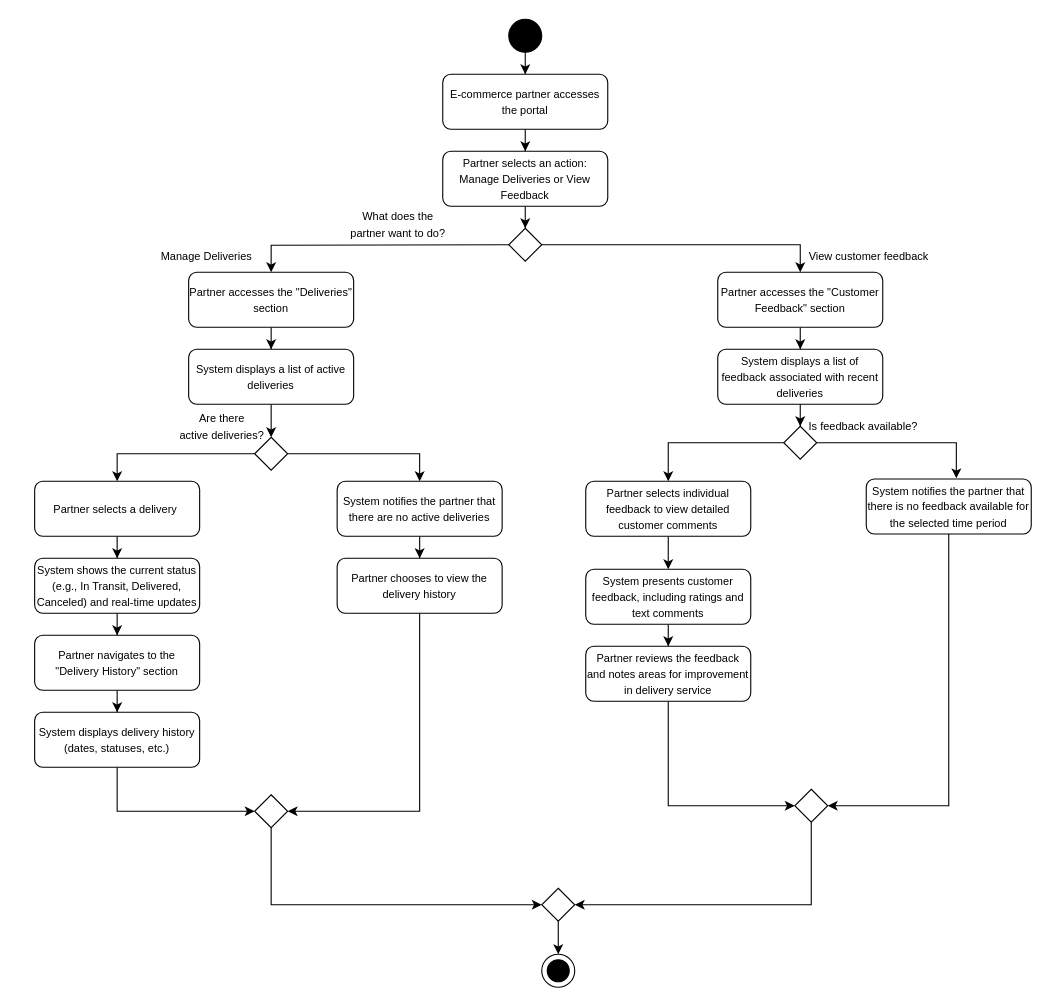
Before: page "Page-5" (5 of 27) of Activity Diagram UC-1.drawio in IamSaqibJaved/Diagrams, a draw.io diagram. Source tidied: cells renumbered, new cells numbered last; positions are measured from the earlier drawing's top-left corner, leaving out a move shared by most shapes. Both pictures are drawn from the tidied source at 110%, with x=0, y=0 at pixel (34, 19).
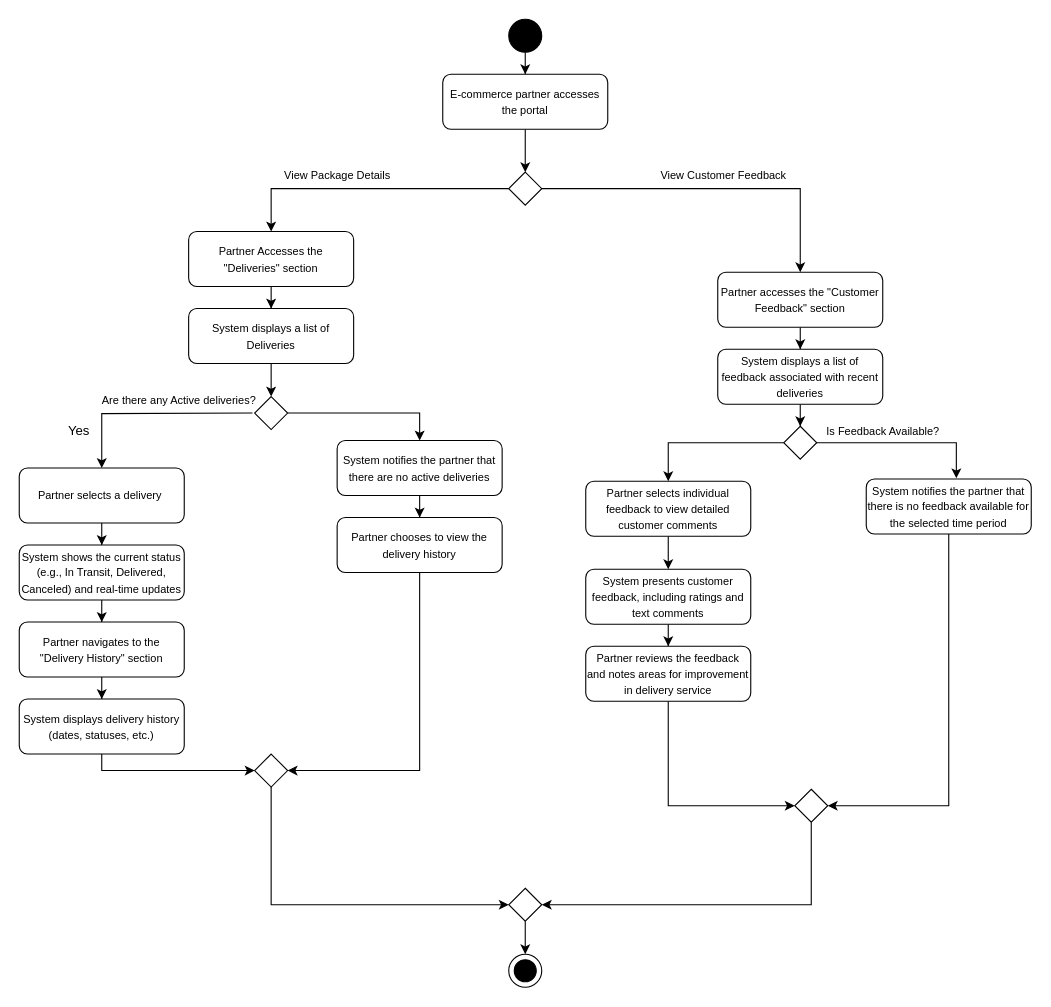
The same page after the edit.

The change refers to these unchanged cells:
```xml
<mxCell id="5" value="&lt;font style=&quot;font-size: 10px;&quot;&gt;E-commerce partner accesses the portal&lt;/font&gt;" style="rounded=1;whiteSpace=wrap;html=1;" parent="1" vertex="1">
  <mxGeometry x="371" y="50" width="150" height="50" as="geometry" />
</mxCell>
```

What changed in the source:
```diff
@@
-    <mxCell id="4" style="edgeStyle=orthogonalEdgeStyle;rounded=0;jettySize=auto;html=1;" parent="1" edge="1" source="5" target="7">
+    <mxCell id="4" style="edgeStyle=orthogonalEdgeStyle;rounded=0;jettySize=auto;html=1;entryX=0.5;entryY=0;entryDx=0;entryDy=0;" parent="1" edge="1" source="5" target="10">
       <mxGeometry relative="1" as="geometry" />
     </mxCell>
@@
-    <mxCell id="6" style="edgeStyle=orthogonalEdgeStyle;rounded=0;jettySize=auto;html=1;entryX=0.5;entryY=0;entryDx=0;entryDy=0;" parent="1" edge="1" source="7" target="10">
-      <mxGeometry relative="1" as="geometry" />
-    </mxCell>
-    <mxCell id="7" value="&lt;font style=&quot;font-size: 10px;&quot;&gt;Partner selects an action: Manage Deliveries or View Feedback&lt;/font&gt;" style="rounded=1;whiteSpace=wrap;html=1;" parent="1" vertex="1">
-      <mxGeometry x="371" y="120" width="150" height="50" as="geometry" />
-    </mxCell>
@@
-    <mxCell id="9" style="edgeStyle=orthogonalEdgeStyle;rounded=0;jettySize=auto;html=1;entryX=0.5;entryY=0;entryDx=0;entryDy=0;" parent="1" edge="1" target="12">
-      <mxGeometry relative="1" as="geometry">
-        <mxPoint x="461" y="205" as="sourcePoint" />
-      </mxGeometry>
+    <mxCell id="9" style="edgeStyle=orthogonalEdgeStyle;rounded=0;jettySize=auto;html=1;entryX=0.5;entryY=0;entryDx=0;entryDy=0;exitX=0;exitY=0.5;exitDx=0;exitDy=0;" parent="1" edge="1" source="10" target="12">
+      <mxGeometry relative="1" as="geometry" />
     </mxCell>
     <mxCell id="10" style="rhombus;whiteSpace=wrap;html=1;" parent="1" vertex="1">
-      <mxGeometry x="431" y="190" width="30" height="30" as="geometry" />
+      <mxGeometry x="431" y="139" width="30" height="30" as="geometry" />
     </mxCell>
@@
-    <mxCell id="12" value="&lt;font style=&quot;font-size: 10px;&quot;&gt;Partner accesses the &quot;Deliveries&quot; section&lt;/font&gt;" style="rounded=1;whiteSpace=wrap;html=1;" parent="1" vertex="1">
-      <mxGeometry x="140" y="230" width="150" height="50" as="geometry" />
+    <mxCell id="12" value="&lt;font style=&quot;font-size: 10px;&quot;&gt;Partner Accesses the &quot;Deliveries&quot; section&lt;/font&gt;" style="rounded=1;whiteSpace=wrap;html=1;" parent="1" vertex="1">
+      <mxGeometry x="140" y="193" width="150" height="50" as="geometry" />
     </mxCell>
@@
-    <mxCell id="15" value="&lt;font style=&quot;font-size: 10px;&quot;&gt;What does the &lt;br&gt;partner want to do?&lt;/font&gt;" style="text;html=1;align=center;verticalAlign=middle;strokeColor=none;fillColor=none;" parent="1" vertex="1">
-      <mxGeometry x="275" y="166" width="110" height="40" as="geometry" />
-    </mxCell>
@@
-    <mxCell id="17" value="&lt;font style=&quot;font-size: 10px;&quot;&gt;System displays a list of active deliveries&lt;/font&gt;" style="rounded=1;whiteSpace=wrap;html=1;" parent="1" vertex="1">
-      <mxGeometry x="140" y="300" width="150" height="50" as="geometry" />
+    <mxCell id="17" value="&lt;font style=&quot;font-size: 10px;&quot;&gt;System displays a list of Deliveries&lt;/font&gt;" style="rounded=1;whiteSpace=wrap;html=1;" parent="1" vertex="1">
+      <mxGeometry x="140" y="263" width="150" height="50" as="geometry" />
     </mxCell>
-    <mxCell id="18" style="edgeStyle=orthogonalEdgeStyle;rounded=0;jettySize=auto;html=1;entryX=0.5;entryY=0;entryDx=0;entryDy=0;" parent="1" edge="1" source="20" target="23">
-      <mxGeometry relative="1" as="geometry" />
+    <mxCell id="18" style="edgeStyle=orthogonalEdgeStyle;rounded=0;jettySize=auto;html=1;entryX=0.5;entryY=0;entryDx=0;entryDy=0;" parent="1" edge="1" target="23">
+      <mxGeometry relative="1" as="geometry">
+        <mxPoint x="198" y="358" as="sourcePoint" />
+      </mxGeometry>
     </mxCell>
@@
     <mxCell id="20" style="rhombus;whiteSpace=wrap;html=1;" parent="1" vertex="1">
-      <mxGeometry x="200" y="380" width="30" height="30" as="geometry" />
+      <mxGeometry x="200" y="343" width="30" height="30" as="geometry" />
     </mxCell>
-    <mxCell id="21" value="&lt;font style=&quot;font-size: 10px;&quot;&gt;Are there &lt;br&gt;active deliveries?&lt;/font&gt;" style="text;html=1;align=center;verticalAlign=middle;strokeColor=none;fillColor=none;" parent="1" vertex="1">
-      <mxGeometry x="120" y="350" width="100" height="40" as="geometry" />
+    <mxCell id="21" value="&lt;font style=&quot;font-size: 10px;&quot;&gt;Are there any Active deliveries?&lt;/font&gt;" style="text;html=1;align=center;verticalAlign=middle;strokeColor=none;fillColor=none;" parent="1" vertex="1">
+      <mxGeometry x="51" y="331" width="160" height="30" as="geometry" />
     </mxCell>
@@
     <mxCell id="23" value="&lt;font style=&quot;font-size: 10px;&quot;&gt;Partner selects a delivery&amp;nbsp;&lt;/font&gt;" style="rounded=1;whiteSpace=wrap;html=1;" parent="1" vertex="1">
-      <mxGeometry y="420" width="150" height="50" as="geometry" />
+      <mxGeometry x="-14" y="408" width="150" height="50" as="geometry" />
     </mxCell>
@@
     <mxCell id="25" value="&lt;font style=&quot;font-size: 10px;&quot;&gt;System shows the current status (e.g., In Transit, Delivered, Canceled) and real-time updates&lt;/font&gt;" style="rounded=1;whiteSpace=wrap;html=1;" parent="1" vertex="1">
-      <mxGeometry y="490" width="150" height="50" as="geometry" />
+      <mxGeometry x="-14" y="478" width="150" height="50" as="geometry" />
     </mxCell>
@@
     <mxCell id="27" value="&lt;font style=&quot;font-size: 10px;&quot;&gt;Partner navigates to the &quot;Delivery History&quot; section&lt;/font&gt;" style="rounded=1;whiteSpace=wrap;html=1;" parent="1" vertex="1">
-      <mxGeometry y="560" width="150" height="50" as="geometry" />
+      <mxGeometry x="-14" y="548" width="150" height="50" as="geometry" />
     </mxCell>
     <mxCell id="28" style="edgeStyle=orthogonalEdgeStyle;rounded=0;jettySize=auto;html=1;entryX=0;entryY=0.5;entryDx=0;entryDy=0;exitX=0.5;exitY=1;exitDx=0;exitDy=0;" parent="1" edge="1" source="29" target="48">
-      <mxGeometry relative="1" as="geometry" />
+      <mxGeometry relative="1" as="geometry">
+        <Array as="points">
+          <mxPoint x="61" y="683" />
+        </Array>
+      </mxGeometry>
     </mxCell>
     <mxCell id="29" value="&lt;font style=&quot;font-size: 10px;&quot;&gt;System displays delivery history (dates, statuses, etc.)&lt;/font&gt;" style="rounded=1;whiteSpace=wrap;html=1;" parent="1" vertex="1">
-      <mxGeometry y="630" width="150" height="50" as="geometry" />
+      <mxGeometry x="-14" y="618" width="150" height="50" as="geometry" />
     </mxCell>
@@
     <mxCell id="31" value="&lt;font style=&quot;font-size: 10px;&quot;&gt;System notifies the partner that there are no active deliveries&lt;/font&gt;" style="rounded=1;whiteSpace=wrap;html=1;" parent="1" vertex="1">
-      <mxGeometry x="275" y="420" width="150" height="50" as="geometry" />
+      <mxGeometry x="275" y="383" width="150" height="50" as="geometry" />
     </mxCell>
@@
     <mxCell id="33" value="&lt;font style=&quot;font-size: 10px;&quot;&gt;Partner chooses to view the delivery history&lt;/font&gt;" style="rounded=1;whiteSpace=wrap;html=1;" parent="1" vertex="1">
-      <mxGeometry x="275" y="490" width="150" height="50" as="geometry" />
+      <mxGeometry x="275" y="453" width="150" height="50" as="geometry" />
     </mxCell>
@@
     <mxCell id="48" style="rhombus;whiteSpace=wrap;html=1;" parent="1" vertex="1">
-      <mxGeometry x="200" y="705" width="30" height="30" as="geometry" />
+      <mxGeometry x="200" y="668" width="30" height="30" as="geometry" />
     </mxCell>
@@
     <mxCell id="52" style="rhombus;whiteSpace=wrap;html=1;" parent="1" vertex="1">
-      <mxGeometry x="461" y="790" width="30" height="30" as="geometry" />
+      <mxGeometry x="431" y="790" width="30" height="30" as="geometry" />
     </mxCell>
     <mxCell id="53" style="ellipse;whiteSpace=wrap;html=1;fillColor=none;" parent="1" vertex="1">
-      <mxGeometry x="461" y="850" width="30" height="30" as="geometry" />
+      <mxGeometry x="431" y="850" width="30" height="30" as="geometry" />
     </mxCell>
     <mxCell id="54" style="ellipse;whiteSpace=wrap;html=1;fillColor=#000000;" parent="1" vertex="1">
-      <mxGeometry x="466" y="855" width="20" height="20" as="geometry" />
+      <mxGeometry x="436" y="855" width="20" height="20" as="geometry" />
     </mxCell>
-    <mxCell id="55" value="&lt;span style=&quot;font-size: 10px;&quot;&gt;Is feedback available?&lt;/span&gt;" style="text;html=1;align=center;verticalAlign=middle;strokeColor=none;fillColor=none;" parent="1" vertex="1">
-      <mxGeometry x="693" y="355" width="120" height="30" as="geometry" />
+    <mxCell id="55" value="&lt;span style=&quot;font-size: 10px;&quot;&gt;Is Feedback Available?&lt;/span&gt;" style="text;html=1;align=center;verticalAlign=middle;strokeColor=none;fillColor=none;" parent="1" vertex="1">
+      <mxGeometry x="706" y="359" width="130" height="30" as="geometry" />
     </mxCell>
-    <mxCell id="56" value="&lt;span style=&quot;font-size: 10px;&quot;&gt;Manage Deliveries&lt;/span&gt;" style="text;html=1;align=center;verticalAlign=middle;strokeColor=none;fillColor=none;" parent="1" vertex="1">
-      <mxGeometry x="101" y="200" width="110" height="30" as="geometry" />
+    <mxCell id="56" value="&lt;span style=&quot;font-size: 10px;&quot;&gt;View Package Details&lt;/span&gt;" style="text;html=1;align=center;verticalAlign=middle;strokeColor=none;fillColor=none;" parent="1" vertex="1">
+      <mxGeometry x="215" y="127" width="120" height="30" as="geometry" />
     </mxCell>
-    <mxCell id="57" value="&lt;span style=&quot;font-size: 10px;&quot;&gt;View customer feedback&lt;/span&gt;" style="text;html=1;align=center;verticalAlign=middle;strokeColor=none;fillColor=none;" parent="1" vertex="1">
-      <mxGeometry x="693" y="200" width="130" height="30" as="geometry" />
+    <mxCell id="57" value="&lt;span style=&quot;font-size: 10px;&quot;&gt;View Customer Feedback&lt;/span&gt;" style="text;html=1;align=center;verticalAlign=middle;strokeColor=none;fillColor=none;" parent="1" vertex="1">
+      <mxGeometry x="556" y="127" width="140" height="30" as="geometry" />
     </mxCell>
+    <mxCell id="58" value="Yes" style="text;html=1;align=center;verticalAlign=middle;strokeColor=none;fillColor=none;" parent="1" vertex="1">
+      <mxGeometry x="20" y="359" width="40" height="30" as="geometry" />
+    </mxCell>
```
